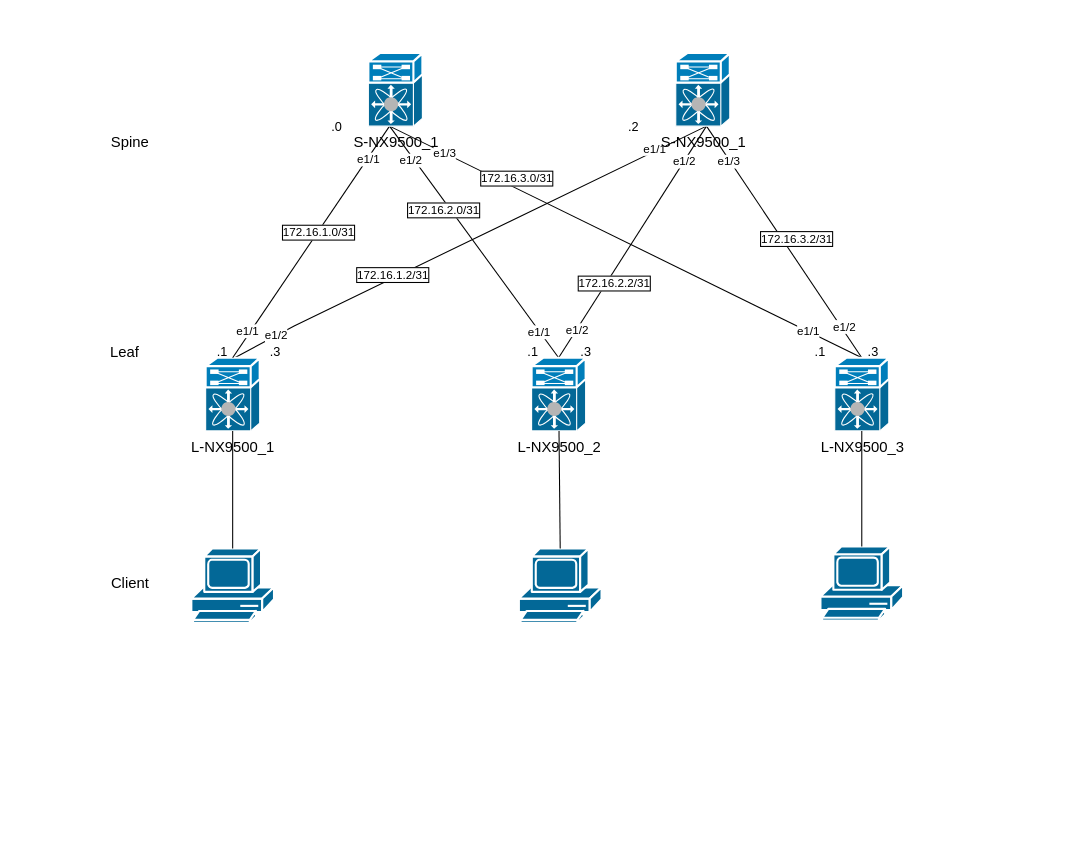
This is DesignNetworkDataCenter/lab2_OSPF/lab2_v2.drawio from rain360z/otus-networks, a draw.io file, before an edit. Source tidied: cells renumbered, new cells numbered last; positions are measured from the earlier drawing's top-left corner, leaving out a move shared by most shapes. Both pictures are drawn from the tidied source at 106%, with x=0, y=0 at pixel (98, 52).
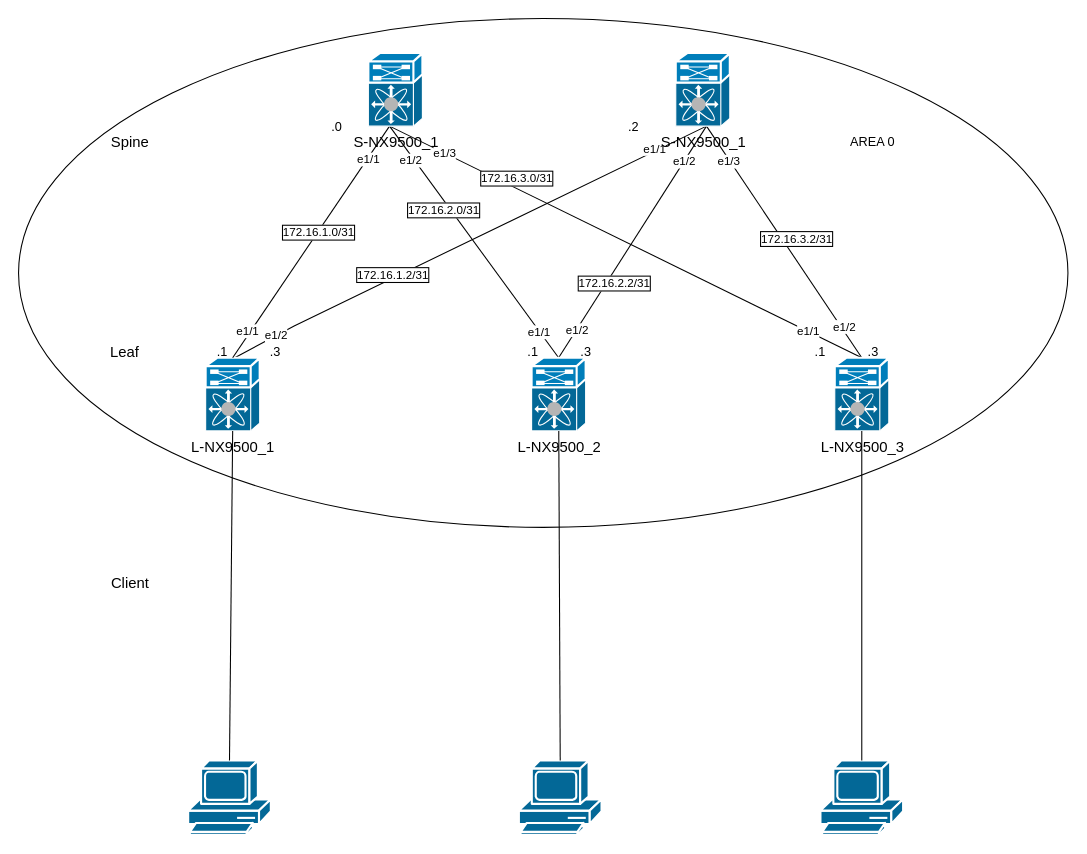
The same diagram, later.

What changed in the source:
```diff
@@
     <mxCell id="24" style="shape=mxgraph.cisco.computers_and_peripherals.pc;sketch=0;html=1;fillColor=#036897;strokeColor=#ffffff;strokeWidth=2;verticalLabelPosition=bottom;verticalAlign=top;align=center;outlineConnect=0;fontSize=14;" parent="1" vertex="1">
-      <mxGeometry x="88" y="468" width="78" height="70" as="geometry" />
+      <mxGeometry x="85" y="668" width="78" height="70" as="geometry" />
     </mxCell>
     <mxCell id="25" style="shape=mxgraph.cisco.computers_and_peripherals.pc;sketch=0;html=1;fillColor=#036897;strokeColor=#ffffff;strokeWidth=2;verticalLabelPosition=bottom;verticalAlign=top;align=center;outlineConnect=0;fontSize=14;" parent="1" vertex="1">
-      <mxGeometry x="397" y="468" width="78" height="70" as="geometry" />
+      <mxGeometry x="397" y="668" width="78" height="70" as="geometry" />
     </mxCell>
     <mxCell id="26" style="shape=mxgraph.cisco.computers_and_peripherals.pc;sketch=0;html=1;fillColor=#036897;strokeColor=#ffffff;strokeWidth=2;verticalLabelPosition=bottom;verticalAlign=top;align=center;outlineConnect=0;fontSize=14;" parent="1" vertex="1">
-      <mxGeometry x="681.5" y="466" width="78" height="70" as="geometry" />
+      <mxGeometry x="681.5" y="668" width="78" height="70" as="geometry" />
     </mxCell>
@@
+    <mxCell id="48" style="ellipse;whiteSpace=wrap;html=1;fillColor=none;" parent="1" vertex="1">
+      <mxGeometry x="-75" y="-32" width="990" height="480" as="geometry" />
+    </mxCell>
+    <mxCell id="49" value="AREA 0" style="text;html=1;strokeColor=none;fillColor=none;align=center;verticalAlign=middle;whiteSpace=wrap;rounded=0;" parent="1" vertex="1">
+      <mxGeometry x="701" y="69.5" width="60" height="30" as="geometry" />
+    </mxCell>
```
